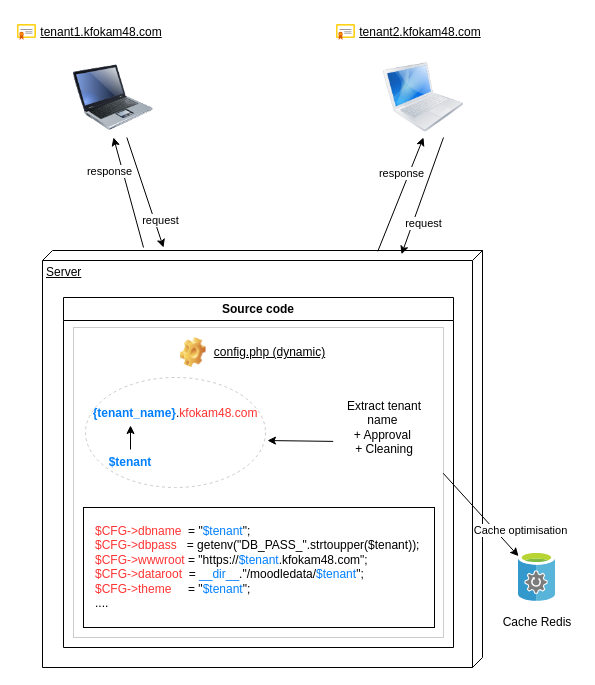
This is Diagramme sans nom.drawio from sngdtechnologies/Calculatrice, a draw.io file, before an edit. Source tidied: cells renumbered, new cells numbered last; positions are measured from the earlier drawing's top-left corner, leaving out a move shared by most shapes. Both pictures are drawn from the tidied source at 100%, with x=0, y=0 at pixel (17, 17).
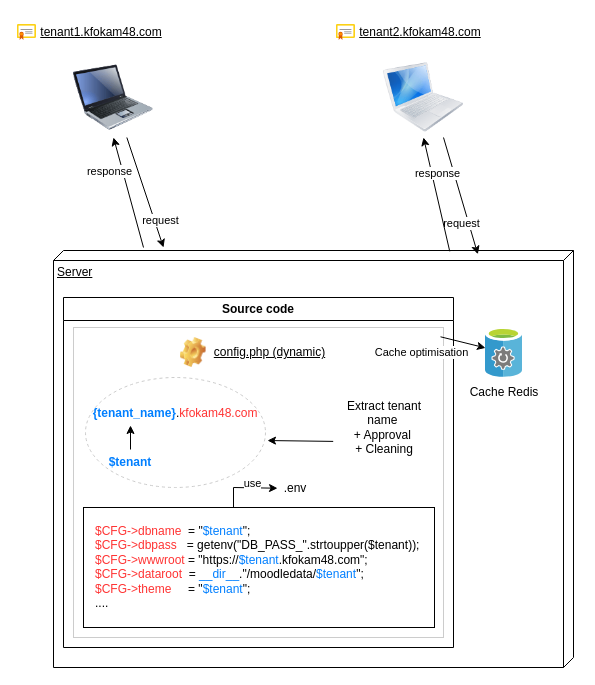
The same page after the edit.

Commit message:
Mettre à jour Diagramme sans nom.drawio

Unchanged cells that the change refers to:
```xml
<mxCell id="8" style="rounded=0;whiteSpace=wrap;html=1;strokeColor=#CCCCCC;" parent="1" vertex="1">
  <mxGeometry x="56" y="310" width="370" height="310" as="geometry" />
</mxCell>
```

Change to the diagram source:
```diff
@@
     <mxCell id="6" value="Server" style="verticalAlign=top;align=left;spacingTop=8;spacingLeft=2;spacingRight=12;shape=cube;size=10;direction=south;fontStyle=4;html=1;whiteSpace=wrap;" parent="1" vertex="1">
-      <mxGeometry x="25" y="233" width="440" height="417" as="geometry" />
+      <mxGeometry x="36" y="233" width="520" height="417" as="geometry" />
     </mxCell>
@@
     <mxCell id="29" style="image;sketch=0;html=1;points=[];align=center;fontSize=12;image=img/lib/mscae/StorSimple_Data_Managers.svg;" parent="1" vertex="1">
-      <mxGeometry x="501" y="534" width="37" height="50" as="geometry" />
+      <mxGeometry x="468" y="310" width="37" height="50" as="geometry" />
     </mxCell>
     <mxCell id="30" value="Cache Redis" style="text;html=1;align=center;verticalAlign=middle;whiteSpace=wrap;rounded=0;" parent="1" vertex="1">
-      <mxGeometry x="480" y="590" width="80" height="30" as="geometry" />
+      <mxGeometry x="446.5" y="360" width="80" height="30" as="geometry" />
     </mxCell>
-    <mxCell id="31" style="endArrow=classic;html=1;rounded=0;exitX=0.999;exitY=0.47;exitDx=0;exitDy=0;exitPerimeter=0;" parent="1" edge="1" source="8" target="29">
+    <mxCell id="31" style="endArrow=classic;html=1;rounded=0;exitX=0.992;exitY=0.03;exitDx=0;exitDy=0;exitPerimeter=0;" parent="1" edge="1" source="8" target="29">
       <mxGeometry relative="1" as="geometry" />
     </mxCell>
     <mxCell id="32" value="Cache optimisation" style="edgeLabel;html=1;align=center;verticalAlign=middle;" parent="31" vertex="1">
       <mxGeometry relative="1" as="geometry">
-        <mxPoint x="39" y="15" as="offset" />
+        <mxPoint x="-42" y="10" as="offset" />
       </mxGeometry>
     </mxCell>
+    <mxCell id="33" value=".env" style="text;html=1;align=center;verticalAlign=middle;whiteSpace=wrap;rounded=0;" parent="1" vertex="1">
+      <mxGeometry x="260" y="463" width="36" height="16" as="geometry" />
+    </mxCell>
+    <mxCell id="34" style="endArrow=classic;html=1;rounded=0;" parent="1" edge="1" target="33">
+      <mxGeometry relative="1" as="geometry">
+        <mxPoint x="216" y="490" as="sourcePoint" />
+        <Array as="points">
+          <mxPoint x="216" y="470" />
+        </Array>
+      </mxGeometry>
+    </mxCell>
+    <mxCell id="35" value="use" style="edgeLabel;html=1;align=center;verticalAlign=middle;" parent="34" vertex="1">
+      <mxGeometry relative="1" as="geometry">
+        <mxPoint x="7" y="-5" as="offset" />
+      </mxGeometry>
+    </mxCell>
```
